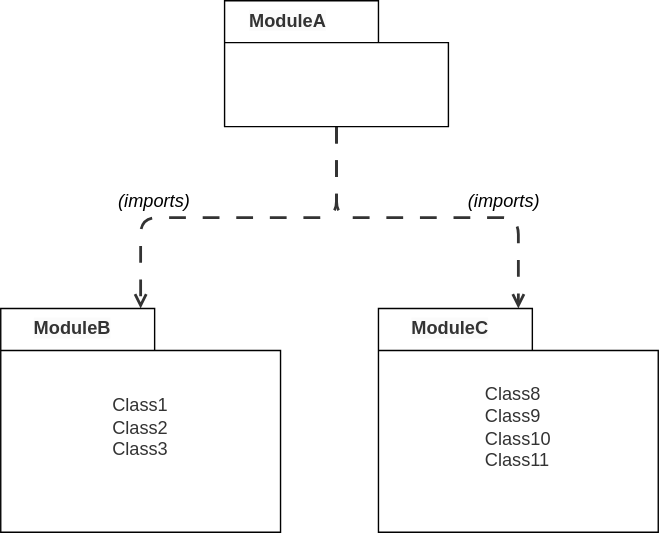
Earlier version of the draw.io export ssn/images/ModuleKey.svg (afeliachi/sdw-sosa-ssn). Source tidied: cells renumbered, new cells last; positions are measured from the earlier drawing's top-left corner, leaving out a move shared by most shapes.
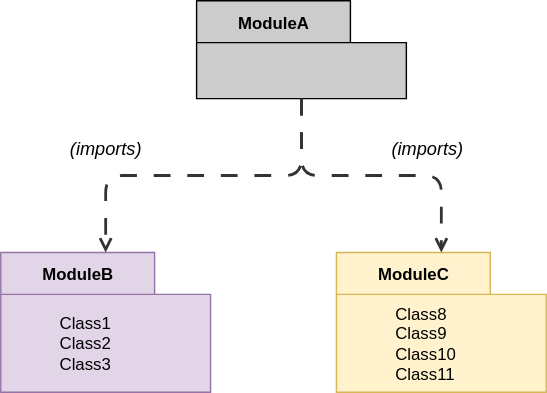
Later version of the same file.

What changed in the source:
```diff
@@ -2,44 +2,41 @@
   <root>
     <mxCell id="0" />
     <mxCell id="1" parent="0" />
-    <mxCell id="2" style="html=1;jettySize=18;whiteSpace=wrap;fontSize=13;strokeColor=#333333;strokeOpacity=100;fixDash=1;strokeWidth=2;rounded=1;arcSize=24;edgeStyle=orthogonalEdgeStyle;startArrow=none;endArrow=open;lucidId=d1U.uU_90ubl;dashed=1;dashPattern=12 12;" parent="1" edge="1" source="13" target="7">
-      <mxGeometry relative="1" as="geometry" />
-    </mxCell>
-    <mxCell id="3" style="html=1;jettySize=18;whiteSpace=wrap;fontSize=13;strokeColor=#333333;strokeOpacity=100;fixDash=1;strokeWidth=2;rounded=1;arcSize=24;edgeStyle=orthogonalEdgeStyle;startArrow=none;endArrow=open;lucidId=S1U.udle6dnT;dashed=1;dashPattern=12 12;" parent="1" edge="1" source="13" target="10">
-      <mxGeometry relative="1" as="geometry" />
-    </mxCell>
+    <mxCell id="5" value="(imports)" style="html=1;overflow=block;blockSpacing=1;whiteSpace=wrap;fontSize=13;fontStyle=2;align=center;spacing=0;strokeColor=none;strokeOpacity=100;fillOpacity=100;rounded=1;absoluteArcSize=1;arcSize=12;fillColor=none;dashed=1;fixDash=1;dashPattern=16 6;strokeWidth=0.8;lucidId=dEFkwt6aXb8l;convertToSvg=1;" parent="1" vertex="1">
+      <mxGeometry x="250" y="110" width="70" height="30" as="geometry" />
+    </mxCell>
+    <mxCell id="14" value="ModuleA" style="shape=folder;fontStyle=1;tabWidth=110;tabHeight=30;tabPosition=left;html=1;boundedLbl=1;labelInHeader=1;whiteSpace=wrap;fillColor=#CCCCCC;convertToSvg=1;" parent="1" vertex="1">
+      <mxGeometry x="120" y="20" width="150" height="70" as="geometry" />
+    </mxCell>
+    <mxCell id="15" style="html=1;strokeColor=none;fillColor=none;whiteSpace=wrap;convertToSvg=1;" parent="14" vertex="1">
+      <mxGeometry width="150" height="49" relative="1" as="geometry">
+        <mxPoint y="30" as="offset" />
+      </mxGeometry>
+    </mxCell>
+    <mxCell id="8" value="ModuleB" style="shape=folder;fontStyle=1;tabWidth=110;tabHeight=30;tabPosition=left;html=1;boundedLbl=1;labelInHeader=1;whiteSpace=wrap;fillColor=#e1d5e7;strokeColor=#9673a6;convertToSvg=1;" parent="1" vertex="1">
+      <mxGeometry x="-20" y="200" width="150" height="100" as="geometry" />
+    </mxCell>
+    <mxCell id="7" value="&lt;blockquote style=&quot;margin: 0 0 0 40px; border: none; padding: 0px;&quot;&gt;Class1&lt;br&gt;Class2&lt;br&gt;Class3&lt;/blockquote&gt;" style="html=1;strokeColor=none;fillColor=none;whiteSpace=wrap;align=left;convertToSvg=1;" parent="8" vertex="1">
+      <mxGeometry width="150" height="70" relative="1" as="geometry">
+        <mxPoint y="30" as="offset" />
+      </mxGeometry>
+    </mxCell>
+    <mxCell id="11" value="ModuleC" style="shape=folder;fontStyle=1;tabWidth=110;tabHeight=30;tabPosition=left;html=1;boundedLbl=1;labelInHeader=1;whiteSpace=wrap;fillColor=#fff2cc;strokeColor=#d6b656;convertToSvg=1;" parent="1" vertex="1">
+      <mxGeometry x="220" y="200" width="150" height="100" as="geometry" />
+    </mxCell>
+    <mxCell id="10" value="&lt;blockquote style=&quot;margin: 0 0 0 40px; border: none; padding: 0px;&quot;&gt;Class8&lt;br&gt;Class9&lt;br&gt;Class10&lt;br&gt;Class11&lt;/blockquote&gt;" style="html=1;strokeColor=none;fillColor=none;whiteSpace=wrap;align=left;convertToSvg=1;" parent="11" vertex="1">
+      <mxGeometry width="150" height="70" relative="1" as="geometry">
+        <mxPoint y="30" as="offset" />
+      </mxGeometry>
+    </mxCell>
+    <mxCell id="16" style="html=1;jettySize=18;whiteSpace=wrap;fontSize=13;strokeColor=#333333;strokeOpacity=100;fixDash=1;strokeWidth=2;rounded=1;arcSize=24;edgeStyle=orthogonalEdgeStyle;startArrow=none;endArrow=open;lucidId=S1U.udle6dnT;dashed=1;dashPattern=12 12;convertToSvg=1;" parent="1" edge="1" source="14" target="11">
+      <mxGeometry relative="1" as="geometry" />
+    </mxCell>
+    <mxCell id="17" style="html=1;jettySize=18;whiteSpace=wrap;fontSize=13;strokeColor=#333333;strokeOpacity=100;fixDash=1;strokeWidth=2;rounded=1;arcSize=24;edgeStyle=orthogonalEdgeStyle;startArrow=none;endArrow=open;lucidId=S1U.udle6dnT;dashed=1;dashPattern=12 12;convertToSvg=1;" parent="1" edge="1" source="14" target="8">
+      <mxGeometry relative="1" as="geometry" />
+    </mxCell>
-    <mxCell id="4" value="(imports)" style="html=1;overflow=block;blockSpacing=1;whiteSpace=wrap;fontSize=13;fontStyle=2;align=center;spacing=0;strokeColor=none;strokeOpacity=100;fillOpacity=100;rounded=1;absoluteArcSize=1;arcSize=12;fillColor=none;dashed=1;fixDash=1;dashPattern=16 6;strokeWidth=0.8;lucidId=XDFk1O~XdqfG;" parent="1" vertex="1">
-      <mxGeometry x="20" y="120" width="180" height="45" as="geometry" />
+    <mxCell id="4" value="(imports)" style="html=1;overflow=block;blockSpacing=1;whiteSpace=wrap;fontSize=13;fontStyle=2;align=center;spacing=0;strokeColor=none;strokeOpacity=100;fillOpacity=100;rounded=1;absoluteArcSize=1;arcSize=12;fillColor=none;dashed=1;fixDash=1;dashPattern=16 6;strokeWidth=0.8;lucidId=dEFkwt6aXb8l;convertToSvg=1;" parent="1" vertex="1">
+      <mxGeometry x="20" y="110" width="70" height="30" as="geometry" />
     </mxCell>
-    <mxCell id="5" value="(imports)" style="html=1;overflow=block;blockSpacing=1;whiteSpace=wrap;fontSize=13;fontStyle=2;align=center;spacing=0;strokeColor=none;strokeOpacity=100;fillOpacity=100;rounded=1;absoluteArcSize=1;arcSize=12;fillColor=none;dashed=1;fixDash=1;dashPattern=16 6;strokeWidth=0.8;lucidId=dEFkwt6aXb8l;" parent="1" vertex="1">
-      <mxGeometry x="270" y="120" width="180" height="45" as="geometry" />
-    </mxCell>
-    <mxCell id="6" style="group;labelPosition=left;verticalLabelPosition=middle;align=left;verticalAlign=middle;rounded=1;" parent="1" vertex="1">
-      <mxGeometry y="220" width="200" height="160" as="geometry" />
-    </mxCell>
-    <mxCell id="7" value="&lt;div style=&quot;text-align: left;&quot;&gt;&lt;span style=&quot;color: rgb(51, 51, 51); font-size: 13px; font-weight: 400; background-color: transparent;&quot;&gt;Class1&lt;/span&gt;&lt;/div&gt;&lt;span style=&quot;color: rgb(51, 51, 51); font-size: 13px; font-weight: 400; text-align: left;&quot;&gt;Class2&lt;/span&gt;&lt;br style=&quot;color: rgb(51, 51, 51); font-size: 13px; font-weight: 400; text-align: left;&quot;&gt;&lt;span style=&quot;color: rgb(51, 51, 51); font-size: 13px; font-weight: 400; text-align: left;&quot;&gt;Class3&lt;/span&gt;" style="shape=folder;fontStyle=1;spacingTop=10;tabWidth=110;tabHeight=30;tabPosition=left;html=1;whiteSpace=wrap;" parent="6" vertex="1">
-      <mxGeometry width="200" height="160" as="geometry" />
-    </mxCell>
-    <mxCell id="8" value="&lt;span style=&quot;color: rgb(51, 51, 51); font-family: Helvetica; font-size: 13px; font-style: normal; font-variant-ligatures: normal; font-variant-caps: normal; letter-spacing: normal; orphans: 2; text-align: center; text-indent: 0px; text-transform: none; widows: 2; word-spacing: 0px; -webkit-text-stroke-width: 0px; white-space: normal; background-color: rgb(251, 251, 251); text-decoration-thickness: initial; text-decoration-style: initial; text-decoration-color: initial; float: none; display: inline !important;&quot;&gt;&lt;b&gt;ModuleB&lt;/b&gt;&lt;/span&gt;" style="text;whiteSpace=wrap;html=1;" parent="6" vertex="1">
-      <mxGeometry x="22" width="70" height="30" as="geometry" />
-    </mxCell>
-    <mxCell id="9" style="group;labelPosition=left;verticalLabelPosition=middle;align=left;verticalAlign=middle;rounded=1;fillColor=none;" parent="1" vertex="1">
-      <mxGeometry x="270" y="220" width="200" height="160" as="geometry" />
-    </mxCell>
-    <mxCell id="10" value="&lt;div style=&quot;text-align: left;&quot;&gt;&lt;span style=&quot;color: rgb(51, 51, 51); font-size: 13px; font-weight: 400;&quot;&gt;Class8&lt;/span&gt;&lt;br style=&quot;color: rgb(51, 51, 51); font-size: 13px; font-weight: 400;&quot;&gt;&lt;span style=&quot;color: rgb(51, 51, 51); font-size: 13px; font-weight: 400;&quot;&gt;Class9&lt;/span&gt;&lt;br style=&quot;color: rgb(51, 51, 51); font-size: 13px; font-weight: 400;&quot;&gt;&lt;span style=&quot;color: rgb(51, 51, 51); font-size: 13px; font-weight: 400;&quot;&gt;Class10&lt;/span&gt;&lt;br style=&quot;color: rgb(51, 51, 51); font-size: 13px; font-weight: 400;&quot;&gt;&lt;span style=&quot;color: rgb(51, 51, 51); font-size: 13px; font-weight: 400;&quot;&gt;Class11&lt;/span&gt;&lt;br&gt;&lt;/div&gt;" style="shape=folder;fontStyle=1;spacingTop=10;tabWidth=110;tabHeight=30;tabPosition=left;html=1;whiteSpace=wrap;" parent="9" vertex="1">
-      <mxGeometry width="200" height="160" as="geometry" />
-    </mxCell>
-    <mxCell id="11" value="&lt;span style=&quot;color: rgb(51, 51, 51); font-family: Helvetica; font-size: 13px; font-style: normal; font-variant-ligatures: normal; font-variant-caps: normal; letter-spacing: normal; orphans: 2; text-align: center; text-indent: 0px; text-transform: none; widows: 2; word-spacing: 0px; -webkit-text-stroke-width: 0px; white-space: normal; background-color: rgb(251, 251, 251); text-decoration-thickness: initial; text-decoration-style: initial; text-decoration-color: initial; float: none; display: inline !important;&quot;&gt;&lt;b&gt;ModuleC&lt;/b&gt;&lt;/span&gt;" style="text;whiteSpace=wrap;html=1;" parent="9" vertex="1">
-      <mxGeometry x="22" width="70" height="30" as="geometry" />
-    </mxCell>
-    <mxCell id="12" style="group;labelPosition=left;verticalLabelPosition=middle;align=left;verticalAlign=middle;rounded=1;fillColor=none;" parent="1" vertex="1">
-      <mxGeometry x="160" width="160" height="90" as="geometry" />
-    </mxCell>
-    <mxCell id="13" value="&lt;div style=&quot;text-align: left;&quot;&gt;&lt;br&gt;&lt;/div&gt;" style="shape=folder;fontStyle=1;spacingTop=10;tabWidth=110;tabHeight=30;tabPosition=left;html=1;whiteSpace=wrap;" parent="12" vertex="1">
-      <mxGeometry width="160" height="90" as="geometry" />
-    </mxCell>
-    <mxCell id="14" value="&lt;span style=&quot;color: rgb(51, 51, 51); font-family: Helvetica; font-size: 13px; font-style: normal; font-variant-ligatures: normal; font-variant-caps: normal; letter-spacing: normal; orphans: 2; text-align: center; text-indent: 0px; text-transform: none; widows: 2; word-spacing: 0px; -webkit-text-stroke-width: 0px; white-space: normal; background-color: rgb(251, 251, 251); text-decoration-thickness: initial; text-decoration-style: initial; text-decoration-color: initial; float: none; display: inline !important;&quot;&gt;&lt;b&gt;ModuleA&lt;/b&gt;&lt;/span&gt;" style="text;whiteSpace=wrap;html=1;" parent="12" vertex="1">
-      <mxGeometry x="16" width="56" height="16.9" as="geometry" />
-    </mxCell>
   </root>
 </mxGraphModel>
```
